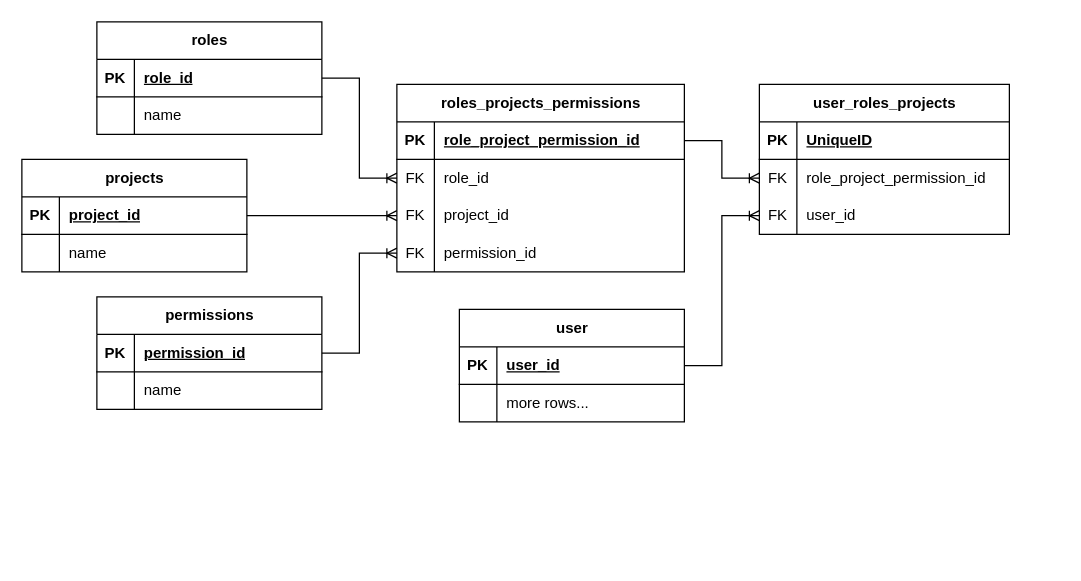
Before: roles.drawio in davinzifc/diagrams, a draw.io diagram. Source tidied: cells renumbered, new cells numbered last; positions are measured from the earlier drawing's top-left corner, leaving out a move shared by most shapes. Both pictures are drawn from the tidied source at 125%, with x=0, y=0 at pixel (21, 21).
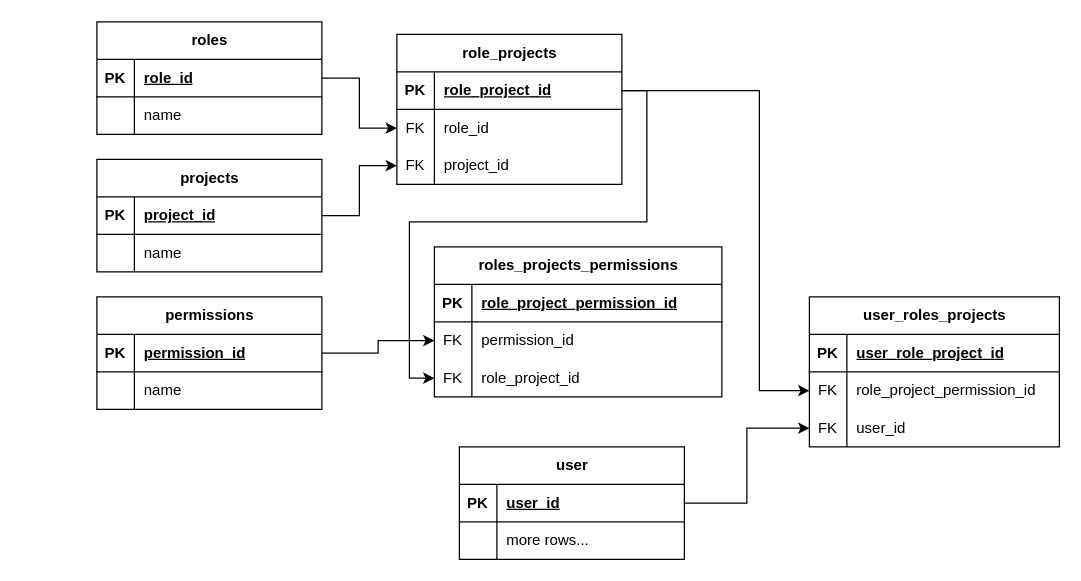
The same diagram, later.

The change refers to these unchanged cells:
```xml
<mxCell id="3" style="shape=tableRow;horizontal=0;startSize=0;swimlaneHead=0;swimlaneBody=0;fillColor=none;points=[[0,0.5],[1,0.5]];portConstraint=eastwest;top=0;left=0;right=0;bottom=1;" parent="2" vertex="1">
  <mxGeometry y="30" width="180" height="30" as="geometry" />
</mxCell>
<mxCell id="10" style="shape=tableRow;horizontal=0;startSize=0;swimlaneHead=0;swimlaneBody=0;fillColor=none;points=[[0,0.5],[1,0.5]];portConstraint=eastwest;top=0;left=0;right=0;bottom=1;" parent="9" vertex="1">
  <mxGeometry y="30" width="180" height="30" as="geometry" />
</mxCell>
<mxCell id="17" style="shape=tableRow;horizontal=0;startSize=0;swimlaneHead=0;swimlaneBody=0;fillColor=none;points=[[0,0.5],[1,0.5]];portConstraint=eastwest;top=0;left=0;right=0;bottom=1;" parent="16" vertex="1">
  <mxGeometry y="30" width="180" height="30" as="geometry" />
</mxCell>
<mxCell id="24" style="shape=tableRow;horizontal=0;startSize=0;swimlaneHead=0;swimlaneBody=0;fillColor=none;points=[[0,0.5],[1,0.5]];portConstraint=eastwest;top=0;left=0;right=0;bottom=1;" parent="23" vertex="1">
  <mxGeometry y="30" width="230" height="30" as="geometry" />
</mxCell>
<mxCell id="37" style="shape=tableRow;horizontal=0;startSize=0;swimlaneHead=0;swimlaneBody=0;fillColor=none;top=0;left=0;right=0;bottom=1;" parent="36" vertex="1">
  <mxGeometry y="30" width="200" height="30" as="geometry" />
</mxCell>
<mxCell id="40" style="shape=tableRow;horizontal=0;startSize=0;swimlaneHead=0;swimlaneBody=0;fillColor=none;points=[[0,0.5],[1,0.5]];portConstraint=eastwest;top=0;left=0;right=0;bottom=0;" parent="36" vertex="1">
  <mxGeometry y="60" width="200" height="30" as="geometry" />
</mxCell>
<mxCell id="43" style="shape=tableRow;horizontal=0;startSize=0;swimlaneHead=0;swimlaneBody=0;fillColor=none;points=[[0,0.5],[1,0.5]];portConstraint=eastwest;top=0;left=0;right=0;bottom=0;" parent="36" vertex="1">
  <mxGeometry y="90" width="200" height="30" as="geometry" />
</mxCell>
<mxCell id="51" style="shape=tableRow;horizontal=0;startSize=0;swimlaneHead=0;swimlaneBody=0;fillColor=none;points=[[0,0.5],[1,0.5]];portConstraint=eastwest;top=0;left=0;right=0;bottom=1;" parent="50" vertex="1">
  <mxGeometry y="30" width="180" height="30" as="geometry" />
</mxCell>
```

What changed in the source:
```diff
@@
     <mxCell id="9" value="projects" style="shape=table;startSize=30;childLayout=tableLayout;rowLines=0;fontStyle=1;align=center;html=1;" parent="1" vertex="1">
-      <mxGeometry y="110" width="180" height="90" as="geometry" />
+      <mxGeometry x="60" y="110" width="180" height="90" as="geometry" />
     </mxCell>
@@
     <mxCell id="23" value="roles_projects_permissions" style="shape=table;startSize=30;childLayout=tableLayout;rowLines=0;fontStyle=1;align=center;html=1;" parent="1" vertex="1">
-      <mxGeometry x="300" y="50" width="230" height="150" as="geometry" />
+      <mxGeometry x="330" y="180" width="230" height="120" as="geometry" />
     </mxCell>
@@
-    <mxCell id="27" style="shape=tableRow;horizontal=0;startSize=0;swimlaneHead=0;swimlaneBody=0;fillColor=none;points=[[0,0.5],[1,0.5]];portConstraint=eastwest;top=0;left=0;right=0;bottom=0;" parent="23" vertex="1">
-      <mxGeometry y="60" width="230" height="30" as="geometry" />
-    </mxCell>
-    <mxCell id="28" value="FK" style="shape=partialRectangle;fillColor=none;top=0;left=0;bottom=0;right=0;overflow=hidden;whiteSpace=wrap;html=1;" parent="27" vertex="1">
-      <mxGeometry width="30" height="30" as="geometry" />
-    </mxCell>
-    <mxCell id="29" value="role_id" style="shape=partialRectangle;fillColor=none;top=0;left=0;bottom=0;right=0;align=left;spacingLeft=6;overflow=hidden;whiteSpace=wrap;html=1;" parent="27" vertex="1">
-      <mxGeometry x="30" width="200" height="30" as="geometry" />
-    </mxCell>
-    <mxCell id="30" style="shape=tableRow;horizontal=0;startSize=0;swimlaneHead=0;swimlaneBody=0;fillColor=none;points=[[0,0.5],[1,0.5]];portConstraint=eastwest;top=0;left=0;right=0;bottom=0;" parent="23" vertex="1">
-      <mxGeometry y="90" width="230" height="30" as="geometry" />
-    </mxCell>
-    <mxCell id="31" value="FK" style="shape=partialRectangle;fillColor=none;top=0;left=0;bottom=0;right=0;overflow=hidden;whiteSpace=wrap;html=1;" parent="30" vertex="1">
-      <mxGeometry width="30" height="30" as="geometry" />
-    </mxCell>
-    <mxCell id="32" value="project_id" style="shape=partialRectangle;fillColor=none;top=0;left=0;bottom=0;right=0;align=left;spacingLeft=6;overflow=hidden;whiteSpace=wrap;html=1;" parent="30" vertex="1">
-      <mxGeometry x="30" width="200" height="30" as="geometry" />
-    </mxCell>
     <mxCell id="33" style="shape=tableRow;horizontal=0;startSize=0;swimlaneHead=0;swimlaneBody=0;fillColor=none;points=[[0,0.5],[1,0.5]];portConstraint=eastwest;top=0;left=0;right=0;bottom=0;" parent="23" vertex="1">
-      <mxGeometry y="120" width="230" height="30" as="geometry" />
+      <mxGeometry y="60" width="230" height="30" as="geometry" />
     </mxCell>
@@
+    <mxCell id="30" style="shape=tableRow;horizontal=0;startSize=0;swimlaneHead=0;swimlaneBody=0;fillColor=none;points=[[0,0.5],[1,0.5]];portConstraint=eastwest;top=0;left=0;right=0;bottom=0;" parent="23" vertex="1">
+      <mxGeometry y="90" width="230" height="30" as="geometry" />
+    </mxCell>
+    <mxCell id="58" value="FK" style="shape=partialRectangle;fillColor=none;top=0;left=0;bottom=0;right=0;overflow=hidden;whiteSpace=wrap;html=1;" parent="30" vertex="1">
+      <mxGeometry width="30" height="30" as="geometry" />
+    </mxCell>
+    <mxCell id="59" value="role_project_id" style="shape=partialRectangle;fillColor=none;top=0;left=0;bottom=0;right=0;align=left;spacingLeft=6;overflow=hidden;whiteSpace=wrap;html=1;" parent="30" vertex="1">
+      <mxGeometry x="30" width="200" height="30" as="geometry" />
+    </mxCell>
     <mxCell id="36" value="user_roles_projects" style="shape=table;startSize=30;childLayout=tableLayout;rowLines=0;fontStyle=1;align=center;html=1;" parent="1" vertex="1">
-      <mxGeometry x="590" y="50" width="200" height="120" as="geometry" />
+      <mxGeometry x="630" y="220" width="200" height="120" as="geometry" />
     </mxCell>
@@
-    <mxCell id="39" value="UniqueID" style="shape=partialRectangle;fillColor=none;top=0;left=0;bottom=0;right=0;align=left;spacingLeft=6;fontStyle=5;overflow=hidden;whiteSpace=wrap;html=1;" parent="37" vertex="1">
+    <mxCell id="39" value="user_role_project_id" style="shape=partialRectangle;fillColor=none;top=0;left=0;bottom=0;right=0;align=left;spacingLeft=6;fontStyle=5;overflow=hidden;whiteSpace=wrap;html=1;" parent="37" vertex="1">
       <mxGeometry x="30" width="170" height="30" as="geometry" />
     </mxCell>
@@
-    <mxCell id="46" style="edgeStyle=entityRelationEdgeStyle;fontSize=12;html=1;endArrow=ERoneToMany;rounded=0;exitX=1;exitY=0.5;exitDx=0;exitDy=0;entryX=0;entryY=0.5;entryDx=0;entryDy=0;" parent="1" edge="1" source="10" target="30">
-      <mxGeometry relative="1" as="geometry">
-        <Array as="points">
-          <mxPoint x="200" y="240" />
-          <mxPoint x="330" y="180" />
-          <mxPoint x="240" y="190" />
-          <mxPoint x="390" y="240" />
-          <mxPoint x="210" y="275" />
-          <mxPoint x="210" y="210" />
-          <mxPoint x="310" y="160" />
-          <mxPoint x="320" y="170" />
-        </Array>
-      </mxGeometry>
-    </mxCell>
-    <mxCell id="47" style="edgeStyle=entityRelationEdgeStyle;fontSize=12;html=1;endArrow=ERoneToMany;rounded=0;exitX=1;exitY=0.5;exitDx=0;exitDy=0;entryX=0;entryY=0.5;entryDx=0;entryDy=0;" parent="1" edge="1" source="3" target="27">
-      <mxGeometry relative="1" as="geometry" />
-    </mxCell>
-    <mxCell id="48" style="edgeStyle=entityRelationEdgeStyle;fontSize=12;html=1;endArrow=ERoneToMany;rounded=0;exitX=1;exitY=0.5;exitDx=0;exitDy=0;entryX=0;entryY=0.5;entryDx=0;entryDy=0;" parent="1" edge="1" source="17" target="33">
-      <mxGeometry relative="1" as="geometry" />
-    </mxCell>
-    <mxCell id="49" style="edgeStyle=entityRelationEdgeStyle;fontSize=12;html=1;endArrow=ERoneToMany;rounded=0;exitX=1;exitY=0.5;exitDx=0;exitDy=0;entryX=0;entryY=0.5;entryDx=0;entryDy=0;" parent="1" edge="1" source="24" target="40">
-      <mxGeometry relative="1" as="geometry" />
-    </mxCell>
     <mxCell id="50" value="user" style="shape=table;startSize=30;childLayout=tableLayout;rowLines=0;fontStyle=1;align=center;html=1;" parent="1" vertex="1">
-      <mxGeometry x="350" y="230" width="180" height="90" as="geometry" />
+      <mxGeometry x="350" y="340" width="180" height="90" as="geometry" />
     </mxCell>
@@
+    <mxCell id="60" value="role_projects" style="shape=table;startSize=30;childLayout=tableLayout;rowLines=0;fontStyle=1;align=center;html=1;" parent="1" vertex="1">
+      <mxGeometry x="300" y="10" width="180" height="120" as="geometry" />
+    </mxCell>
+    <mxCell id="61" style="shape=tableRow;horizontal=0;startSize=0;swimlaneHead=0;swimlaneBody=0;fillColor=none;points=[[0,0.5],[1,0.5]];portConstraint=eastwest;top=0;left=0;right=0;bottom=1;" parent="60" vertex="1">
+      <mxGeometry y="30" width="180" height="30" as="geometry" />
+    </mxCell>
+    <mxCell id="62" value="PK" style="shape=partialRectangle;fillColor=none;top=0;left=0;bottom=0;right=0;fontStyle=1;overflow=hidden;whiteSpace=wrap;html=1;" parent="61" vertex="1">
+      <mxGeometry width="30" height="30" as="geometry" />
+    </mxCell>
+    <mxCell id="63" value="role_project_id" style="shape=partialRectangle;fillColor=none;top=0;left=0;bottom=0;right=0;align=left;spacingLeft=6;fontStyle=5;overflow=hidden;whiteSpace=wrap;html=1;" parent="61" vertex="1">
+      <mxGeometry x="30" width="150" height="30" as="geometry" />
+    </mxCell>
+    <mxCell id="64" style="shape=tableRow;horizontal=0;startSize=0;swimlaneHead=0;swimlaneBody=0;fillColor=none;points=[[0,0.5],[1,0.5]];portConstraint=eastwest;top=0;left=0;right=0;bottom=0;" parent="60" vertex="1">
+      <mxGeometry y="60" width="180" height="30" as="geometry" />
+    </mxCell>
+    <mxCell id="65" value="FK" style="shape=partialRectangle;fillColor=none;top=0;left=0;bottom=0;right=0;overflow=hidden;whiteSpace=wrap;html=1;" parent="64" vertex="1">
+      <mxGeometry width="30" height="30" as="geometry" />
+    </mxCell>
+    <mxCell id="29" value="role_id" style="shape=partialRectangle;fillColor=none;top=0;left=0;bottom=0;right=0;align=left;spacingLeft=6;overflow=hidden;whiteSpace=wrap;html=1;" parent="64" vertex="1">
+      <mxGeometry x="30" width="150" height="30" as="geometry" />
+    </mxCell>
+    <mxCell id="66" style="shape=tableRow;horizontal=0;startSize=0;swimlaneHead=0;swimlaneBody=0;fillColor=none;points=[[0,0.5],[1,0.5]];portConstraint=eastwest;top=0;left=0;right=0;bottom=0;" parent="60" vertex="1">
+      <mxGeometry y="90" width="180" height="30" as="geometry" />
+    </mxCell>
+    <mxCell id="67" value="FK" style="shape=partialRectangle;fillColor=none;top=0;left=0;bottom=0;right=0;overflow=hidden;whiteSpace=wrap;html=1;" parent="66" vertex="1">
+      <mxGeometry width="30" height="30" as="geometry" />
+    </mxCell>
+    <mxCell id="32" value="project_id" style="shape=partialRectangle;fillColor=none;top=0;left=0;bottom=0;right=0;align=left;spacingLeft=6;overflow=hidden;whiteSpace=wrap;html=1;" parent="66" vertex="1">
+      <mxGeometry x="30" width="150" height="30" as="geometry" />
+    </mxCell>
+    <mxCell id="68" style="edgeStyle=orthogonalEdgeStyle;rounded=0;jettySize=auto;html=1;exitX=1;exitY=0.5;exitDx=0;exitDy=0;entryX=0;entryY=0.5;entryDx=0;entryDy=0;" parent="1" edge="1" source="3" target="64">
+      <mxGeometry relative="1" as="geometry" />
+    </mxCell>
+    <mxCell id="69" style="edgeStyle=orthogonalEdgeStyle;rounded=0;jettySize=auto;html=1;exitX=1;exitY=0.5;exitDx=0;exitDy=0;entryX=0;entryY=0.5;entryDx=0;entryDy=0;" parent="1" edge="1" source="10" target="66">
+      <mxGeometry relative="1" as="geometry" />
+    </mxCell>
+    <mxCell id="70" style="edgeStyle=orthogonalEdgeStyle;rounded=0;jettySize=auto;html=1;exitX=1;exitY=0.5;exitDx=0;exitDy=0;entryX=0;entryY=0.5;entryDx=0;entryDy=0;" parent="1" edge="1" source="61" target="30">
+      <mxGeometry relative="1" as="geometry">
+        <Array as="points">
+          <mxPoint x="500" y="55" />
+          <mxPoint x="500" y="160" />
+          <mxPoint x="310" y="160" />
+          <mxPoint x="310" y="285" />
+        </Array>
+      </mxGeometry>
+    </mxCell>
+    <mxCell id="48" style="edgeStyle=orthogonalEdgeStyle;rounded=0;jettySize=auto;html=1;exitX=1;exitY=0.5;exitDx=0;exitDy=0;entryX=0;entryY=0.5;entryDx=0;entryDy=0;" parent="1" edge="1" source="17" target="33">
+      <mxGeometry relative="1" as="geometry" />
+    </mxCell>
-    <mxCell id="57" style="edgeStyle=entityRelationEdgeStyle;fontSize=12;html=1;endArrow=ERoneToMany;rounded=0;exitX=1;exitY=0.5;exitDx=0;exitDy=0;entryX=0;entryY=0.5;entryDx=0;entryDy=0;" parent="1" edge="1" source="51" target="43">
-      <mxGeometry relative="1" as="geometry">
-        <Array as="points">
-          <mxPoint x="710" y="300" />
-          <mxPoint x="660" y="340" />
-        </Array>
-      </mxGeometry>
+    <mxCell id="57" style="edgeStyle=orthogonalEdgeStyle;rounded=0;jettySize=auto;html=1;exitX=1;exitY=0.5;exitDx=0;exitDy=0;entryX=0;entryY=0.5;entryDx=0;entryDy=0;" parent="1" edge="1" source="51" target="43">
+      <mxGeometry relative="1" as="geometry" />
     </mxCell>
+    <mxCell id="71" style="edgeStyle=orthogonalEdgeStyle;rounded=0;jettySize=auto;html=1;exitX=1;exitY=0.5;exitDx=0;exitDy=0;" parent="1" edge="1" source="61" target="40">
+      <mxGeometry relative="1" as="geometry">
+        <Array as="points">
+          <mxPoint x="590" y="55" />
+          <mxPoint x="590" y="295" />
+        </Array>
+      </mxGeometry>
+    </mxCell>
```
